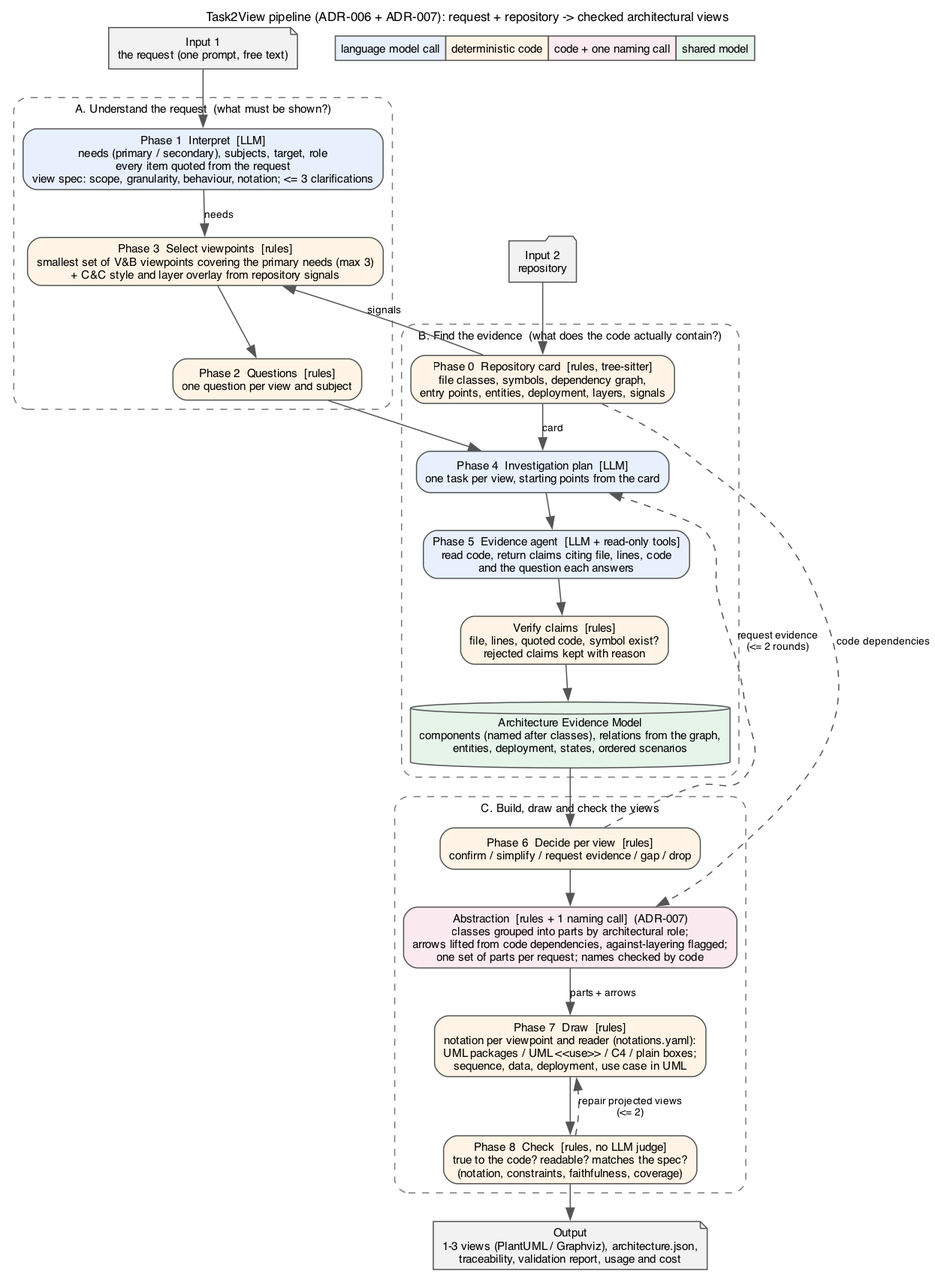
Above: docs/diagrams/pipeline-v2.png in sa4s-serc/task2View (Graphviz), before the change. Its source is kept beside it as docs/diagrams/pipeline-v2.dot.
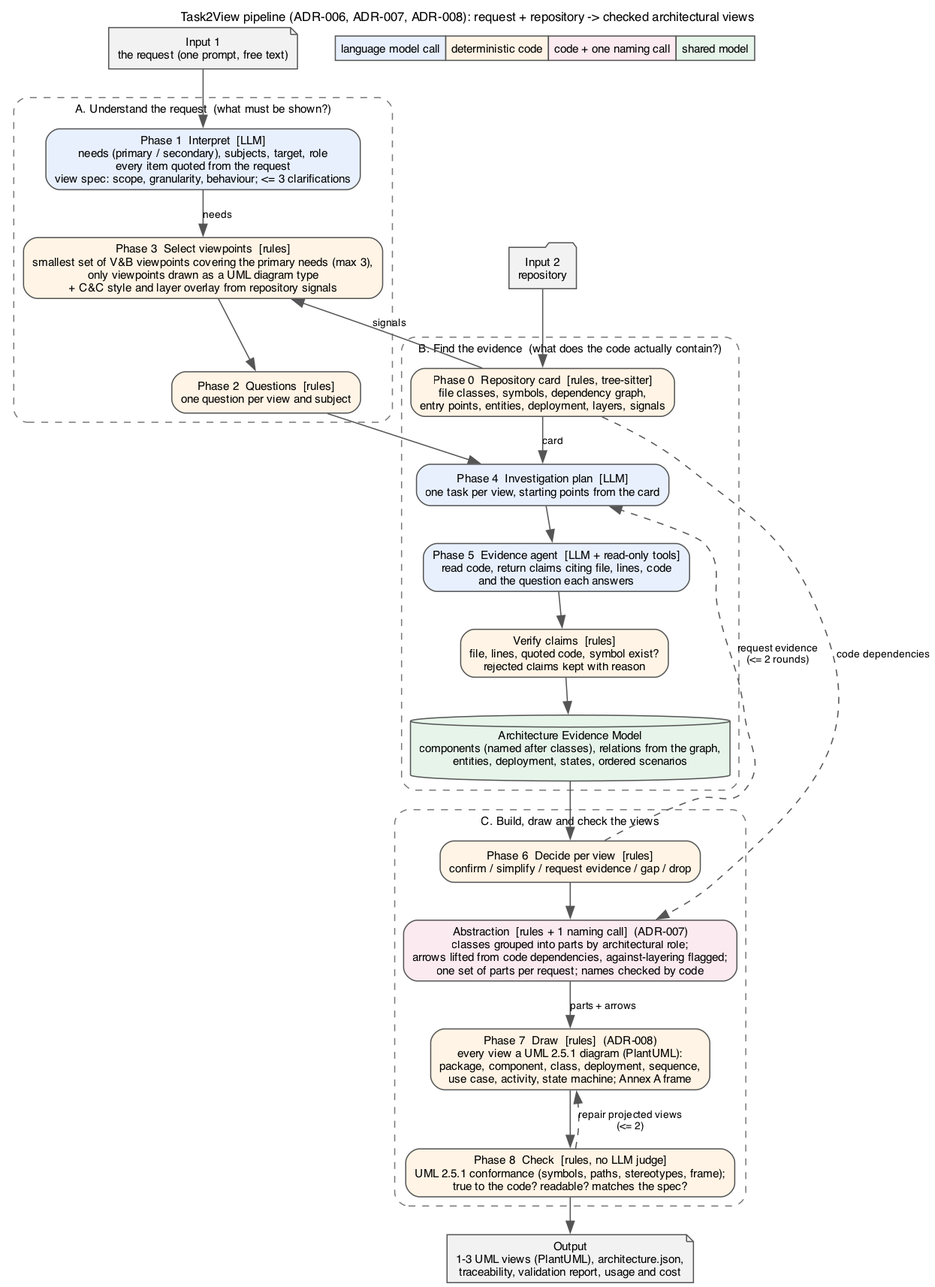
After the change.

Diff of the diagram source:
```diff
@@ -1,6 +1,6 @@
 digraph task2view {
   graph [rankdir=TB, fontname="Helvetica", fontsize=11, nodesep=0.35, ranksep=0.45, labelloc=t,
-         label="Task2View pipeline (ADR-006 + ADR-007): request + repository -> checked architectural views\n"];
+         label="Task2View pipeline (ADR-006, ADR-007, ADR-008): request + repository -> checked architectural views\n"];
   node  [shape=box, style="rounded,filled", fontname="Helvetica", fontsize=10, fillcolor="#ffffff", color="#555555"];
   edge  [fontname="Helvetica", fontsize=9, color="#555555"];
 
@@ -9,8 +9,8 @@
 
   subgraph cluster_understand {
     label="A. Understand the request  (what must be shown?)"; style="rounded,dashed"; color="#7a7a7a"; fontsize=10;
-    p1 [label="Phase 1  Interpret  [LLM]\nneeds (primary / secondary), subjects, target, role\nevery item quoted from the request\nview spec: scope, granularity, behaviour, notation; <= 3 clarifications", fillcolor="#e8f0fe"];
-    p3 [label="Phase 3  Select viewpoints  [rules]\nsmallest set of V&B viewpoints covering the primary needs (max 3)\n+ C&C style and layer overlay from repository signals", fillcolor="#fff4e5"];
+    p1 [label="Phase 1  Interpret  [LLM]\nneeds (primary / secondary), subjects, target, role\nevery item quoted from the request\nview spec: scope, granularity, behaviour; <= 3 clarifications", fillcolor="#e8f0fe"];
+    p3 [label="Phase 3  Select viewpoints  [rules]\nsmallest set of V&B viewpoints covering the primary needs (max 3),\nonly viewpoints drawn as a UML diagram type\n+ C&C style and layer overlay from repository signals", fillcolor="#fff4e5"];
     p2 [label="Phase 2  Questions  [rules]\none question per view and subject", fillcolor="#fff4e5"];
   }
 
@@ -27,11 +27,11 @@
     label="C. Build, draw and check the views"; style="rounded,dashed"; color="#7a7a7a"; fontsize=10;
     p6 [label="Phase 6  Decide per view  [rules]\nconfirm / simplify / request evidence / gap / drop", fillcolor="#fff4e5"];
     pa [label="Abstraction  [rules + 1 naming call]  (ADR-007)\nclasses grouped into parts by architectural role;\narrows lifted from code dependencies, against-layering flagged;\none set of parts per request; names checked by code", fillcolor="#fbeaf0"];
-    p7 [label="Phase 7  Draw  [rules]\nnotation per viewpoint and reader (notations.yaml):\nUML packages / UML <<use>> / C4 / plain boxes;\nsequence, data, deployment, use case in UML", fillcolor="#fff4e5"];
-    p8 [label="Phase 8  Check  [rules, no LLM judge]\ntrue to the code? readable? matches the spec?\n(notation, constraints, faithfulness, coverage)", fillcolor="#fff4e5"];
+    p7 [label="Phase 7  Draw  [rules]  (ADR-008)\nevery view a UML 2.5.1 diagram (PlantUML):\npackage, component, class, deployment, sequence,\nuse case, activity, state machine; Annex A frame", fillcolor="#fff4e5"];
+    p8 [label="Phase 8  Check  [rules, no LLM judge]\nUML 2.5.1 conformance (symbols, paths, stereotypes, frame);\ntrue to the code? readable? matches the spec?", fillcolor="#fff4e5"];
   }
 
-  out [label="Output\n1-3 views (PlantUML / Graphviz), architecture.json,\ntraceability, validation report, usage and cost", shape=note, fillcolor="#f2f2f2"];
+  out [label="Output\n1-3 UML views (PlantUML), architecture.json,\ntraceability, validation report, usage and cost", shape=note, fillcolor="#f2f2f2"];
   legend [shape=plaintext, label=<<table border="0" cellborder="1" cellspacing="0" cellpadding="4">
     <tr><td bgcolor="#e8f0fe">language model call</td><td bgcolor="#fff4e5">deterministic code</td><td bgcolor="#fbeaf0">code + one naming call</td><td bgcolor="#e6f4ea">shared model</td></tr></table>>];
 
```
